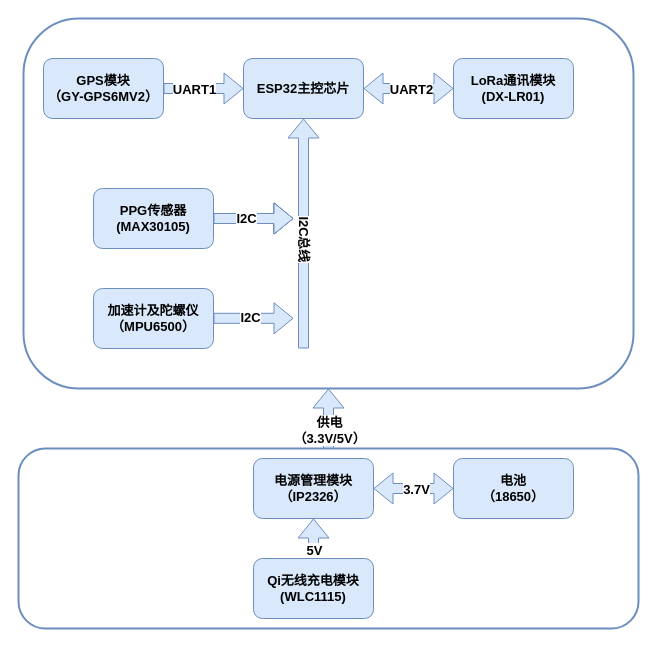
LokiAnder/ardupilot keeps this draw.io diagram as 硬件系统架构.drawio. Above is the earlier version. Source tidied: cells renumbered, new cells numbered last; positions are measured from the earlier drawing's top-left corner, leaving out a move shared by most shapes. Both pictures are drawn from the tidied source at 100%, with x=0, y=0 at pixel (18, 18).
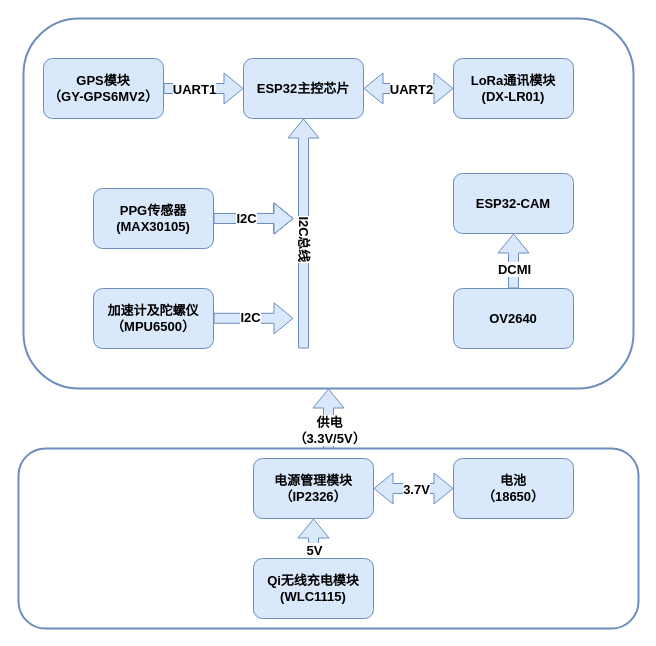
The same page after the edit.

Commit message (it also covers changes not shown here):
更新硬件系统架构.drawio

Change to the diagram source:
```diff
@@
+    <mxCell id="30" value="ESP32-CAM" style="rounded=1;whiteSpace=wrap;html=1;fillColor=#dae8fc;strokeColor=#6c8ebf;fontSize=13;fontStyle=1;" parent="1" vertex="1">
+      <mxGeometry x="435" y="155" width="120" height="60" as="geometry" />
+    </mxCell>
+    <mxCell id="31" value="OV2640" style="rounded=1;whiteSpace=wrap;html=1;fillColor=#dae8fc;strokeColor=#6c8ebf;fontSize=13;fontStyle=1;" parent="1" vertex="1">
+      <mxGeometry x="435" y="270" width="120" height="60" as="geometry" />
+    </mxCell>
+    <mxCell id="32" style="shape=flexArrow;endArrow=classic;html=1;rounded=0;fillColor=#dae8fc;strokeColor=#6c8ebf;fontStyle=1;fontSize=13;" parent="1" edge="1" source="31" target="30">
+      <mxGeometry relative="1" as="geometry" />
+    </mxCell>
+    <mxCell id="33" value="DCMI" style="edgeLabel;html=1;align=center;verticalAlign=middle;fontSize=13;fontStyle=1;" parent="32" vertex="1">
+      <mxGeometry x="0.03" y="-3" relative="1" as="geometry">
+        <mxPoint x="-3" y="8" as="offset" />
+      </mxGeometry>
+    </mxCell>
```
